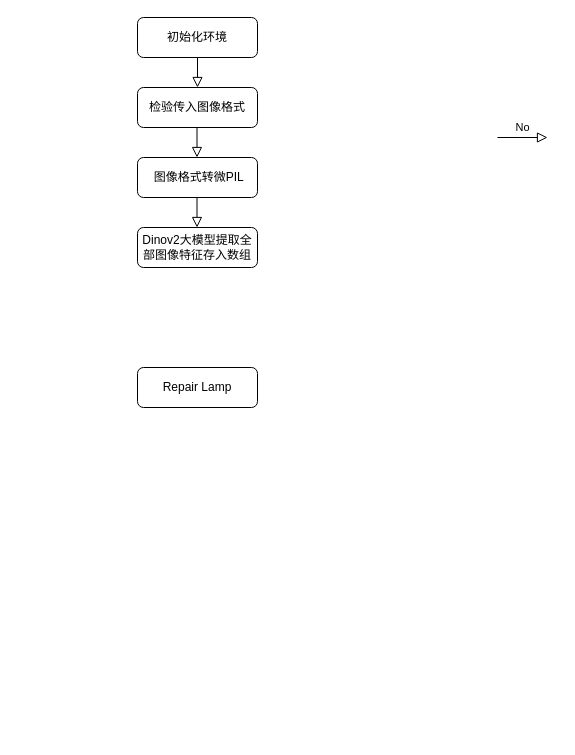
Imamtss/1001 keeps this draw.io diagram as 未命名绘图.drawio. Above is the earlier version. Source tidied: cells renumbered, new cells numbered last; positions are measured from the earlier drawing's top-left corner, leaving out a move shared by most shapes. Both pictures are drawn from the tidied source at 100%, with x=0, y=0 at pixel (137, 17).
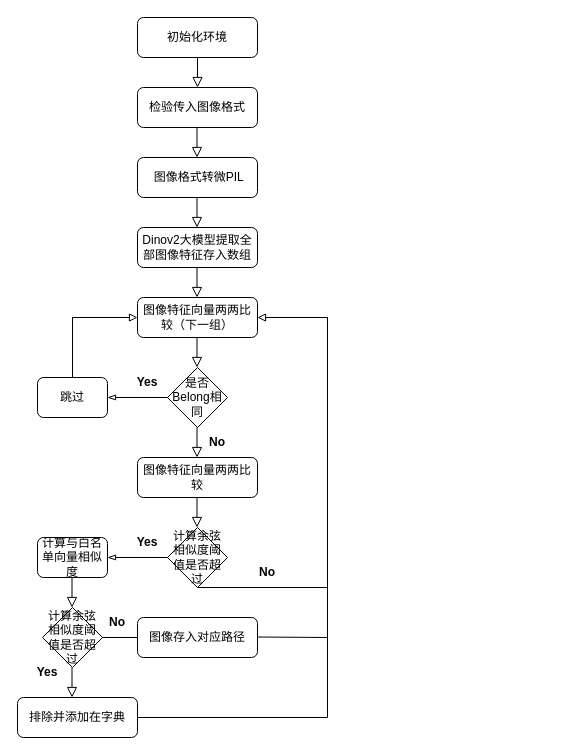
After the change.

Commit message (it also covers changes not shown here):
更新未命名绘图.drawio

What changed in the source:
```diff
@@
-    <mxCell id="4" value="No" style="edgeStyle=orthogonalEdgeStyle;rounded=0;html=1;jettySize=auto;orthogonalLoop=1;fontSize=11;endArrow=block;endFill=0;endSize=8;strokeWidth=1;shadow=0;labelBackgroundColor=none;" parent="1" edge="1">
-      <mxGeometry y="10" relative="1" as="geometry">
-        <mxPoint x="360" y="120" as="sourcePoint" />
-        <mxPoint x="410" y="120" as="targetPoint" />
-        <Array as="points">
-          <mxPoint x="400" y="120" />
-          <mxPoint x="400" y="120" />
-        </Array>
-      </mxGeometry>
-    </mxCell>
-    <mxCell id="5" value="Repair Lamp" style="rounded=1;whiteSpace=wrap;html=1;fontSize=12;glass=0;strokeWidth=1;shadow=0;" parent="1" vertex="1">
-      <mxGeometry y="350" width="120" height="40" as="geometry" />
-    </mxCell>
@@
+    <mxCell id="11" value="图像特征向量两两比较（下一组）" style="rounded=1;whiteSpace=wrap;html=1;fontSize=12;glass=0;strokeWidth=1;shadow=0;" parent="1" vertex="1">
+      <mxGeometry y="280" width="120" height="40" as="geometry" />
+    </mxCell>
+    <mxCell id="12" style="rounded=0;html=1;jettySize=auto;orthogonalLoop=1;fontSize=11;endArrow=block;endFill=0;endSize=8;strokeWidth=1;shadow=0;labelBackgroundColor=none;edgeStyle=orthogonalEdgeStyle;" parent="1" edge="1">
+      <mxGeometry relative="1" as="geometry">
+        <mxPoint x="59.5" y="250" as="sourcePoint" />
+        <mxPoint x="59.5" y="280" as="targetPoint" />
+      </mxGeometry>
+    </mxCell>
+    <mxCell id="13" value="是否Belong相同" style="rhombus;whiteSpace=wrap;html=1;" parent="1" vertex="1">
+      <mxGeometry x="30" y="350" width="60" height="60" as="geometry" />
+    </mxCell>
+    <mxCell id="14" style="rounded=0;html=1;jettySize=auto;orthogonalLoop=1;fontSize=11;endArrow=block;endFill=0;endSize=8;strokeWidth=1;shadow=0;labelBackgroundColor=none;edgeStyle=orthogonalEdgeStyle;" parent="1" edge="1">
+      <mxGeometry relative="1" as="geometry">
+        <mxPoint x="59.5" y="320" as="sourcePoint" />
+        <mxPoint x="59.5" y="350" as="targetPoint" />
+      </mxGeometry>
+    </mxCell>
+    <mxCell id="15" style="endArrow=blockThin;html=1;rounded=0;exitX=0;exitY=0.5;exitDx=0;exitDy=0;endFill=0;" parent="1" edge="1" source="13">
+      <mxGeometry relative="1" as="geometry">
+        <mxPoint x="-30" y="380" as="targetPoint" />
+      </mxGeometry>
+    </mxCell>
+    <mxCell id="16" value="&lt;b&gt;Yes&lt;/b&gt;" style="text;html=1;align=center;verticalAlign=middle;whiteSpace=wrap;rounded=0;" parent="1" vertex="1">
+      <mxGeometry x="-20" y="350" width="60" height="30" as="geometry" />
+    </mxCell>
+    <mxCell id="17" value="跳过" style="rounded=1;whiteSpace=wrap;html=1;fontSize=12;glass=0;strokeWidth=1;shadow=0;" parent="1" vertex="1">
+      <mxGeometry x="-100" y="360" width="70" height="40" as="geometry" />
+    </mxCell>
+    <mxCell id="18" style="rounded=0;html=1;jettySize=auto;orthogonalLoop=1;fontSize=11;endArrow=block;endFill=0;endSize=8;strokeWidth=1;shadow=0;labelBackgroundColor=none;edgeStyle=orthogonalEdgeStyle;" parent="1" edge="1">
+      <mxGeometry relative="1" as="geometry">
+        <mxPoint x="59.5" y="410" as="sourcePoint" />
+        <mxPoint x="59.5" y="440" as="targetPoint" />
+      </mxGeometry>
+    </mxCell>
+    <mxCell id="19" value="&lt;b&gt;No&lt;/b&gt;" style="text;html=1;align=center;verticalAlign=middle;whiteSpace=wrap;rounded=0;" parent="1" vertex="1">
+      <mxGeometry x="50" y="410" width="60" height="30" as="geometry" />
+    </mxCell>
+    <mxCell id="20" value="计算余弦相似度阈值是否超过" style="rhombus;whiteSpace=wrap;html=1;" parent="1" vertex="1">
+      <mxGeometry x="30" y="510" width="60" height="60" as="geometry" />
+    </mxCell>
+    <mxCell id="21" value="图像特征向量两两比较" style="rounded=1;whiteSpace=wrap;html=1;fontSize=12;glass=0;strokeWidth=1;shadow=0;" parent="1" vertex="1">
+      <mxGeometry y="440" width="120" height="40" as="geometry" />
+    </mxCell>
+    <mxCell id="22" style="rounded=0;html=1;jettySize=auto;orthogonalLoop=1;fontSize=11;endArrow=block;endFill=0;endSize=8;strokeWidth=1;shadow=0;labelBackgroundColor=none;edgeStyle=orthogonalEdgeStyle;" parent="1" edge="1">
+      <mxGeometry relative="1" as="geometry">
+        <mxPoint x="59.5" y="480" as="sourcePoint" />
+        <mxPoint x="59.5" y="510" as="targetPoint" />
+      </mxGeometry>
+    </mxCell>
+    <mxCell id="23" value="&lt;b&gt;Yes&lt;/b&gt;" style="text;html=1;align=center;verticalAlign=middle;whiteSpace=wrap;rounded=0;" parent="1" vertex="1">
+      <mxGeometry x="-20" y="510" width="60" height="30" as="geometry" />
+    </mxCell>
+    <mxCell id="24" style="endArrow=blockThin;html=1;rounded=0;exitX=0;exitY=0.5;exitDx=0;exitDy=0;endFill=0;" parent="1" edge="1">
+      <mxGeometry relative="1" as="geometry">
+        <mxPoint x="30" y="540" as="sourcePoint" />
+        <mxPoint x="-30" y="540" as="targetPoint" />
+      </mxGeometry>
+    </mxCell>
+    <mxCell id="25" value="计算与白名单向量相似度" style="rounded=1;whiteSpace=wrap;html=1;fontSize=12;glass=0;strokeWidth=1;shadow=0;" parent="1" vertex="1">
+      <mxGeometry x="-100" y="520" width="70" height="40" as="geometry" />
+    </mxCell>
+    <mxCell id="26" value="计算余弦相似度阈值是否超过" style="rhombus;whiteSpace=wrap;html=1;" parent="1" vertex="1">
+      <mxGeometry x="-95" y="590" width="60" height="60" as="geometry" />
+    </mxCell>
+    <mxCell id="27" style="rounded=0;html=1;jettySize=auto;orthogonalLoop=1;fontSize=11;endArrow=block;endFill=0;endSize=8;strokeWidth=1;shadow=0;labelBackgroundColor=none;edgeStyle=orthogonalEdgeStyle;" parent="1" edge="1">
+      <mxGeometry relative="1" as="geometry">
+        <mxPoint x="-65.5" y="560" as="sourcePoint" />
+        <mxPoint x="-65.5" y="590" as="targetPoint" />
+      </mxGeometry>
+    </mxCell>
+    <mxCell id="28" style="rounded=0;html=1;jettySize=auto;orthogonalLoop=1;fontSize=11;endArrow=block;endFill=0;endSize=8;strokeWidth=1;shadow=0;labelBackgroundColor=none;edgeStyle=orthogonalEdgeStyle;" parent="1" edge="1">
+      <mxGeometry relative="1" as="geometry">
+        <mxPoint x="-65.5" y="650" as="sourcePoint" />
+        <mxPoint x="-65.5" y="680" as="targetPoint" />
+      </mxGeometry>
+    </mxCell>
+    <mxCell id="29" value="&lt;b&gt;Yes&lt;/b&gt;" style="text;html=1;align=center;verticalAlign=middle;whiteSpace=wrap;rounded=0;" parent="1" vertex="1">
+      <mxGeometry x="-120" y="640" width="60" height="30" as="geometry" />
+    </mxCell>
+    <mxCell id="30" value="&lt;b&gt;No&lt;/b&gt;" style="text;html=1;align=center;verticalAlign=middle;whiteSpace=wrap;rounded=0;" parent="1" vertex="1">
+      <mxGeometry x="100" y="540" width="60" height="30" as="geometry" />
+    </mxCell>
+    <mxCell id="31" style="endArrow=block;html=1;rounded=0;exitX=0.5;exitY=1;exitDx=0;exitDy=0;entryX=1;entryY=0.5;entryDx=0;entryDy=0;endFill=0;" parent="1" edge="1" source="20" target="11">
+      <mxGeometry relative="1" as="geometry">
+        <Array as="points">
+          <mxPoint x="190" y="570" />
+          <mxPoint x="190" y="300" />
+        </Array>
+      </mxGeometry>
+    </mxCell>
+    <mxCell id="32" style="endArrow=none;html=1;rounded=0;entryX=0;entryY=0.5;entryDx=0;entryDy=0;" parent="1" edge="1" target="37">
+      <mxGeometry relative="1" as="geometry">
+        <mxPoint x="-35" y="620" as="sourcePoint" />
+      </mxGeometry>
+    </mxCell>
+    <mxCell id="33" style="endArrow=none;html=1;rounded=0;" parent="1" edge="1">
+      <mxGeometry relative="1" as="geometry">
+        <mxPoint x="190" y="620" as="sourcePoint" />
+        <mxPoint x="190" y="560" as="targetPoint" />
+      </mxGeometry>
+    </mxCell>
+    <mxCell id="34" value="排除并添加在字典" style="rounded=1;whiteSpace=wrap;html=1;fontSize=12;glass=0;strokeWidth=1;shadow=0;" parent="1" vertex="1">
+      <mxGeometry x="-120" y="680" width="120" height="40" as="geometry" />
+    </mxCell>
+    <mxCell id="35" style="endArrow=none;html=1;rounded=0;exitX=1;exitY=0.5;exitDx=0;exitDy=0;" parent="1" edge="1" source="34">
+      <mxGeometry relative="1" as="geometry">
+        <mxPoint x="190" y="700" as="targetPoint" />
+      </mxGeometry>
+    </mxCell>
+    <mxCell id="36" style="endArrow=none;html=1;rounded=0;" parent="1" edge="1">
+      <mxGeometry relative="1" as="geometry">
+        <mxPoint x="190" y="700" as="sourcePoint" />
+        <mxPoint x="190" y="620" as="targetPoint" />
+      </mxGeometry>
+    </mxCell>
+    <mxCell id="37" value="图像存入对应路径" style="rounded=1;whiteSpace=wrap;html=1;fontSize=12;glass=0;strokeWidth=1;shadow=0;" parent="1" vertex="1">
+      <mxGeometry y="600" width="120" height="40" as="geometry" />
+    </mxCell>
+    <mxCell id="38" style="endArrow=none;html=1;rounded=0;" parent="1" edge="1">
+      <mxGeometry relative="1" as="geometry">
+        <mxPoint x="120" y="619.5" as="sourcePoint" />
+        <mxPoint x="190" y="620" as="targetPoint" />
+      </mxGeometry>
+    </mxCell>
+    <mxCell id="39" value="&lt;b&gt;No&lt;/b&gt;" style="text;html=1;align=center;verticalAlign=middle;whiteSpace=wrap;rounded=0;" parent="1" vertex="1">
+      <mxGeometry x="-50" y="590" width="60" height="30" as="geometry" />
+    </mxCell>
+    <mxCell id="40" style="endArrow=block;html=1;rounded=0;exitX=0.5;exitY=0;exitDx=0;exitDy=0;endFill=0;" parent="1" edge="1" source="17">
+      <mxGeometry relative="1" as="geometry">
+        <mxPoint y="300" as="targetPoint" />
+        <Array as="points">
+          <mxPoint x="-65" y="300" />
+        </Array>
+      </mxGeometry>
+    </mxCell>
```
